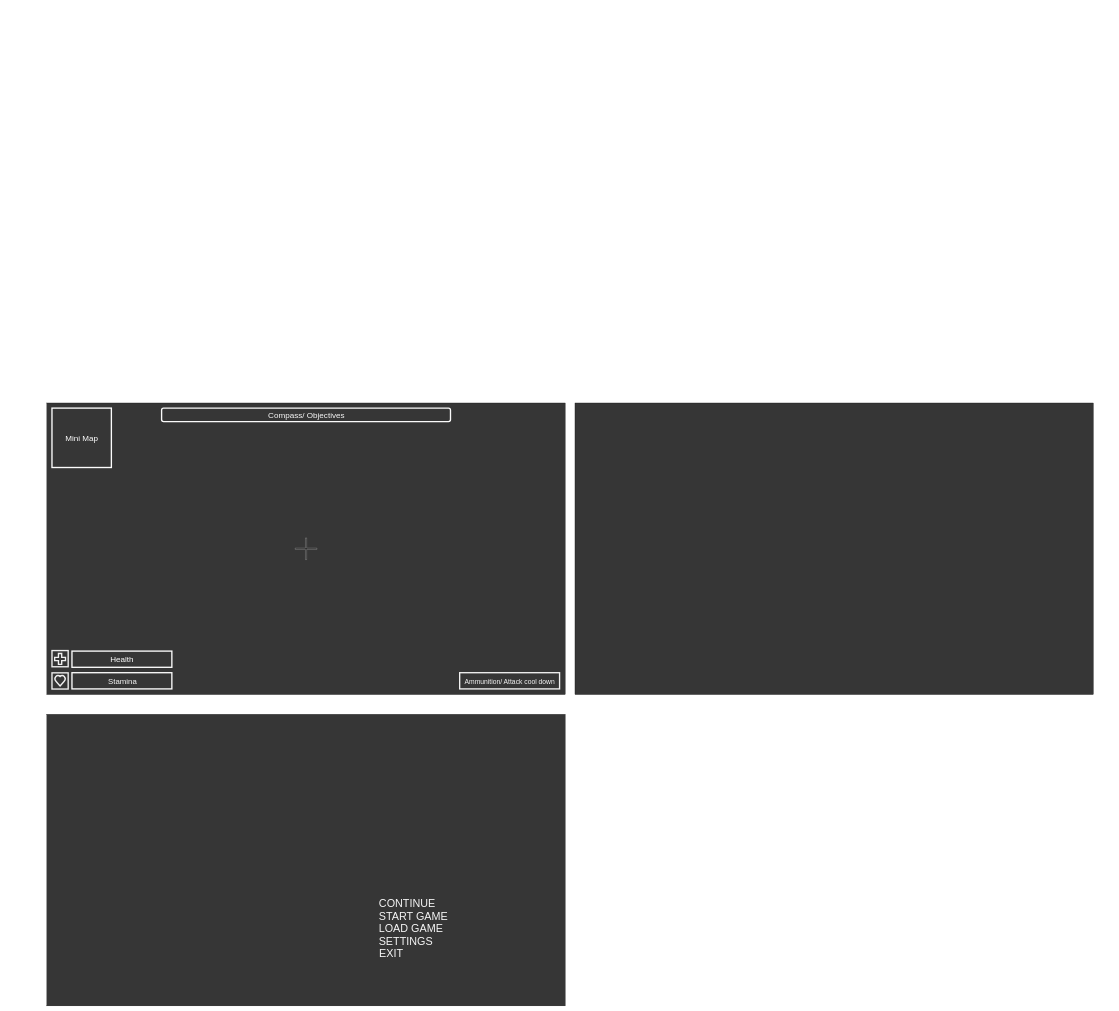
Sharlymoomoo/Assessment---Logan-P keeps this draw.io diagram as Untitled Diagram.drawio. Above is the earlier version. Source tidied: cells renumbered, new cells numbered last; positions are measured from the earlier drawing's top-left corner, leaving out a move shared by most shapes. Both pictures are drawn from the tidied source at 27%, with x=0, y=0 at pixel (47, 403).
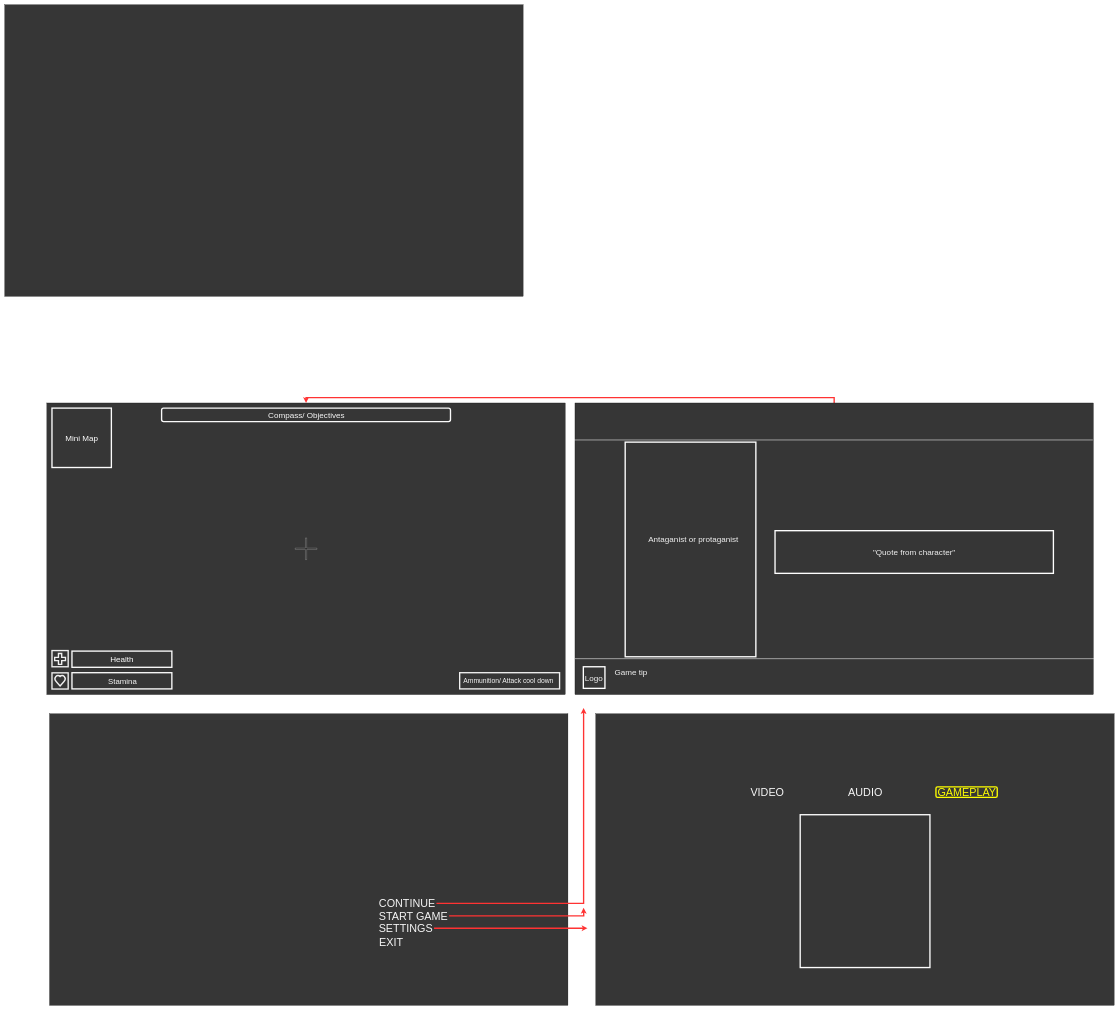
After the change.

The change refers to these unchanged cells:
```xml
<mxCell id="2" style="rounded=0;whiteSpace=wrap;html=1;fillColor=#363636;" parent="1" vertex="1">
  <mxGeometry width="1920" height="1080" as="geometry" />
</mxCell>
<mxCell id="19" value="&lt;span style=&quot;font-size: 40px;&quot;&gt;START GAME&lt;/span&gt;" style="text;html=1;align=center;verticalAlign=middle;points=[];fillColor=none;strokeColor=none;rounded=0;labelBackgroundColor=none;fontSize=25;fontColor=#F7F7F7;" parent="1" vertex="1">
  <mxGeometry x="1224" y="1880" width="266" height="39" as="geometry" />
</mxCell>
<mxCell id="22" value="&lt;span style=&quot;font-size: 40px;&quot;&gt;CONTINUE&lt;/span&gt;" style="text;html=1;align=center;verticalAlign=middle;points=[];fillColor=none;strokeColor=none;rounded=0;labelBackgroundColor=none;fontSize=25;fontColor=#F7F7F7;" parent="1" vertex="1">
  <mxGeometry x="1224" y="1834" width="219" height="39" as="geometry" />
</mxCell>
<mxCell id="24" style="rounded=0;whiteSpace=wrap;html=1;fillColor=#363636;" parent="1" vertex="1">
  <mxGeometry x="1956" width="1920" height="1080" as="geometry" />
</mxCell>
```

Diff of the diagram source:
```diff
@@
     <mxCell id="13" value="&lt;font color=&quot;#f7f7f7&quot; style=&quot;font-size: 25px;&quot;&gt;Ammunition/ Attack cool down&lt;/font&gt;" style="text;html=1;align=center;verticalAlign=middle;fillColor=none;strokeColor=none;rounded=0;fontSize=30;" parent="1" vertex="1">
-      <mxGeometry x="1542" y="1009" width="344" height="41" as="geometry" />
+      <mxGeometry x="1537" y="1007" width="344" height="41" as="geometry" />
     </mxCell>
@@
     <mxCell id="18" style="rounded=0;whiteSpace=wrap;html=1;fillColor=#363636;" parent="1" vertex="1">
-      <mxGeometry y="1153" width="1920" height="1080" as="geometry" />
+      <mxGeometry x="10" y="1151" width="1920" height="1080" as="geometry" />
     </mxCell>
+    <mxCell id="25" style="edgeStyle=orthogonalEdgeStyle;rounded=0;jettySize=auto;html=1;fontSize=30;fontColor=#F2F2F2;strokeColor=#FF3333;strokeWidth=5;" parent="1" edge="1" source="19">
+      <mxGeometry relative="1" as="geometry">
+        <mxPoint x="1988" y="1869.7" as="targetPoint" />
+      </mxGeometry>
+    </mxCell>
@@
-    <mxCell id="20" value="&lt;span style=&quot;font-size: 40px;&quot;&gt;LOAD GAME&lt;/span&gt;" style="text;html=1;align=center;verticalAlign=middle;fillColor=none;strokeColor=none;rounded=0;labelBackgroundColor=none;fontSize=25;fontColor=#F7F7F7;" parent="1" vertex="1">
-      <mxGeometry x="1224" y="1926" width="248" height="39" as="geometry" />
-    </mxCell>
+    <mxCell id="26" style="edgeStyle=orthogonalEdgeStyle;rounded=0;jettySize=auto;html=1;fontSize=30;fontColor=#F2F2F2;strokeColor=#FF3333;strokeWidth=5;" parent="1" edge="1" source="21">
+      <mxGeometry relative="1" as="geometry">
+        <mxPoint x="2002.4" y="1945.5" as="targetPoint" />
+      </mxGeometry>
+    </mxCell>
     <mxCell id="21" value="&lt;span style=&quot;font-size: 40px;&quot;&gt;SETTINGS&lt;/span&gt;" style="text;html=1;align=center;verticalAlign=middle;points=[];fillColor=none;strokeColor=none;rounded=0;labelBackgroundColor=none;fontSize=25;fontColor=#F7F7F7;" parent="1" vertex="1">
-      <mxGeometry x="1224" y="1972" width="210" height="39" as="geometry" />
+      <mxGeometry x="1224" y="1926" width="210" height="39" as="geometry" />
     </mxCell>
+    <mxCell id="27" style="edgeStyle=orthogonalEdgeStyle;rounded=0;jettySize=auto;html=1;fontSize=30;fontColor=#F2F2F2;strokeColor=#FF3333;strokeWidth=5;" parent="1" edge="1" source="22">
+      <mxGeometry relative="1" as="geometry">
+        <mxPoint x="1988" y="1130" as="targetPoint" />
+        <Array as="points">
+          <mxPoint x="1988" y="1854" />
+        </Array>
+      </mxGeometry>
+    </mxCell>
@@
     <mxCell id="23" value="&lt;span style=&quot;font-size: 40px;&quot;&gt;EXIT&lt;/span&gt;" style="text;html=1;align=center;verticalAlign=middle;fillColor=none;strokeColor=none;rounded=0;labelBackgroundColor=none;fontSize=25;fontColor=#F7F7F7;" parent="1" vertex="1">
-      <mxGeometry x="1225" y="2018" width="99" height="39" as="geometry" />
+      <mxGeometry x="1225" y="1975" width="99" height="39" as="geometry" />
     </mxCell>
+    <mxCell id="28" style="edgeStyle=orthogonalEdgeStyle;rounded=0;jettySize=auto;html=1;exitX=0.5;exitY=0;exitDx=0;exitDy=0;entryX=0.5;entryY=0;entryDx=0;entryDy=0;fontSize=30;fontColor=#F2F2F2;strokeColor=#FF3333;strokeWidth=5;" parent="1" edge="1" source="24" target="2">
+      <mxGeometry relative="1" as="geometry" />
+    </mxCell>
@@
+    <mxCell id="29" value="&lt;font color=&quot;#f2f2f2&quot;&gt;&lt;span style=&quot;font-size: 30px;&quot;&gt;Game tip&lt;/span&gt;&lt;/font&gt;" style="text;html=1;align=center;verticalAlign=middle;fillColor=none;strokeColor=none;rounded=0;" parent="1" vertex="1">
+      <mxGeometry x="2097" y="984" width="132" height="24" as="geometry" />
+    </mxCell>
+    <mxCell id="30" style="line;strokeWidth=2;html=1;fontSize=30;fontColor=#F2F2F2;strokeColor=#F7F7F7;" parent="1" vertex="1">
+      <mxGeometry x="1956" y="942" width="1922" height="10" as="geometry" />
+    </mxCell>
+    <mxCell id="31" style="whiteSpace=wrap;html=1;fontSize=30;fontColor=#F2F2F2;strokeColor=#FFFFFF;fillColor=#363636;strokeWidth=5;" parent="1" vertex="1">
+      <mxGeometry x="1987" y="977" width="80" height="80" as="geometry" />
+    </mxCell>
+    <mxCell id="32" value="Logo" style="text;html=1;align=center;verticalAlign=middle;fillColor=none;strokeColor=none;rounded=0;fontSize=30;fontColor=#F2F2F2;" parent="1" vertex="1">
+      <mxGeometry x="1987" y="998" width="77" height="40" as="geometry" />
+    </mxCell>
+    <mxCell id="33" style="rounded=0;whiteSpace=wrap;html=1;fontSize=30;fontColor=#F2F2F2;strokeColor=#FFFFFF;strokeWidth=5;fillColor=#363636;" parent="1" vertex="1">
+      <mxGeometry x="2142" y="145" width="484" height="795" as="geometry" />
+    </mxCell>
+    <mxCell id="34" value="Antaganist or protaganist" style="text;html=1;align=center;verticalAlign=middle;fillColor=none;strokeColor=none;rounded=0;fontSize=30;fontColor=#F2F2F2;" parent="1" vertex="1">
+      <mxGeometry x="2222" y="483" width="344" height="40" as="geometry" />
+    </mxCell>
+    <mxCell id="35" style="line;strokeWidth=2;html=1;fontSize=30;fontColor=#F2F2F2;strokeColor=#F7F7F7;" parent="1" vertex="1">
+      <mxGeometry x="1952" y="132" width="1922" height="10" as="geometry" />
+    </mxCell>
+    <mxCell id="36" value="&quot;Quote from character&quot;" style="rounded=0;whiteSpace=wrap;html=1;fontSize=30;fontColor=#F2F2F2;strokeColor=#FFFFFF;strokeWidth=5;fillColor=#363636;" parent="1" vertex="1">
+      <mxGeometry x="2697" y="473" width="1031" height="158" as="geometry" />
+    </mxCell>
+    <mxCell id="37" style="line;strokeWidth=2;html=1;fontSize=30;fontColor=#F2F2F2;strokeColor=#F7F7F7;" parent="1" vertex="1">
+      <mxGeometry x="2371" y="1852" width="994" height="10" as="geometry" />
+    </mxCell>
+    <mxCell id="38" style="rounded=0;whiteSpace=wrap;html=1;fillColor=#363636;" parent="1" vertex="1">
+      <mxGeometry x="-156" y="-1475" width="1920" height="1080" as="geometry" />
+    </mxCell>
+    <mxCell id="39" style="rounded=0;whiteSpace=wrap;html=1;fillColor=#363636;" parent="1" vertex="1">
+      <mxGeometry x="2033" y="1151" width="1920" height="1080" as="geometry" />
+    </mxCell>
+    <mxCell id="40" value="&lt;span style=&quot;font-size: 40px;&quot;&gt;VIDEO&lt;/span&gt;" style="text;html=1;align=center;verticalAlign=middle;fillColor=none;strokeColor=none;rounded=0;labelBackgroundColor=none;fontSize=25;fontColor=#F7F7F7;" parent="1" vertex="1">
+      <mxGeometry x="2601" y="1422" width="134" height="39" as="geometry" />
+    </mxCell>
+    <mxCell id="41" value="&lt;span style=&quot;font-size: 40px;&quot;&gt;AUDIO&lt;/span&gt;" style="text;html=1;align=center;verticalAlign=middle;fillColor=none;strokeColor=none;rounded=0;labelBackgroundColor=none;fontSize=25;fontColor=#F7F7F7;" parent="1" vertex="1">
+      <mxGeometry x="2962" y="1421" width="137" height="39" as="geometry" />
+    </mxCell>
+    <mxCell id="42" value="&lt;font color=&quot;#ffff00&quot; style=&quot;font-size: 40px;&quot;&gt;GAMEPLAY&lt;/font&gt;" style="text;html=1;align=center;verticalAlign=middle;fillColor=none;strokeColor=#FFFF00;rounded=1;labelBackgroundColor=none;fontSize=25;fontColor=#F7F7F7;shadow=0;strokeWidth=5;perimeterSpacing=0;sketch=0;glass=0;" parent="1" vertex="1">
+      <mxGeometry x="3293" y="1422" width="227" height="39" as="geometry" />
+    </mxCell>
+    <mxCell id="43" style="rounded=0;whiteSpace=wrap;html=1;shadow=0;glass=0;sketch=0;fontSize=40;fontColor=#F2F2F2;strokeColor=#FCFCFC;strokeWidth=5;fillColor=#363636;" parent="1" vertex="1">
+      <mxGeometry x="2790.2" y="1525" width="480.5" height="566" as="geometry" />
+    </mxCell>
```
